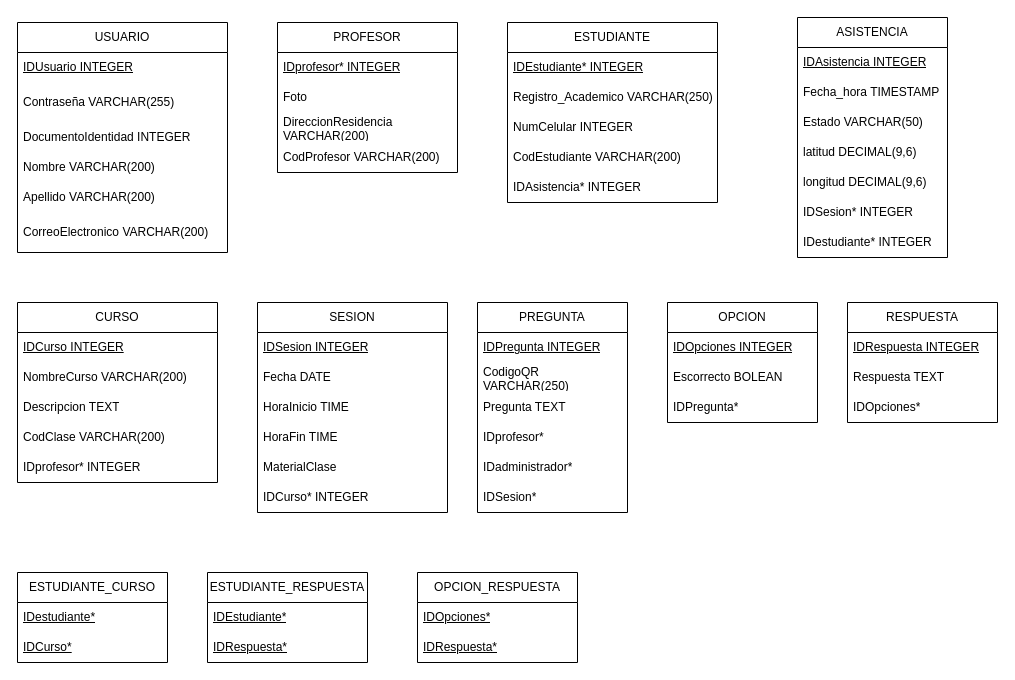
18luisc/Attenzio keeps this draw.io diagram as Attenzio Esquema Relacional_02.drawio. Above is the earlier version. Source tidied: cells renumbered, new cells numbered last; positions are measured from the earlier drawing's top-left corner, leaving out a move shared by most shapes. Both pictures are drawn from the tidied source at 100%, with x=0, y=0 at pixel (17, 17).
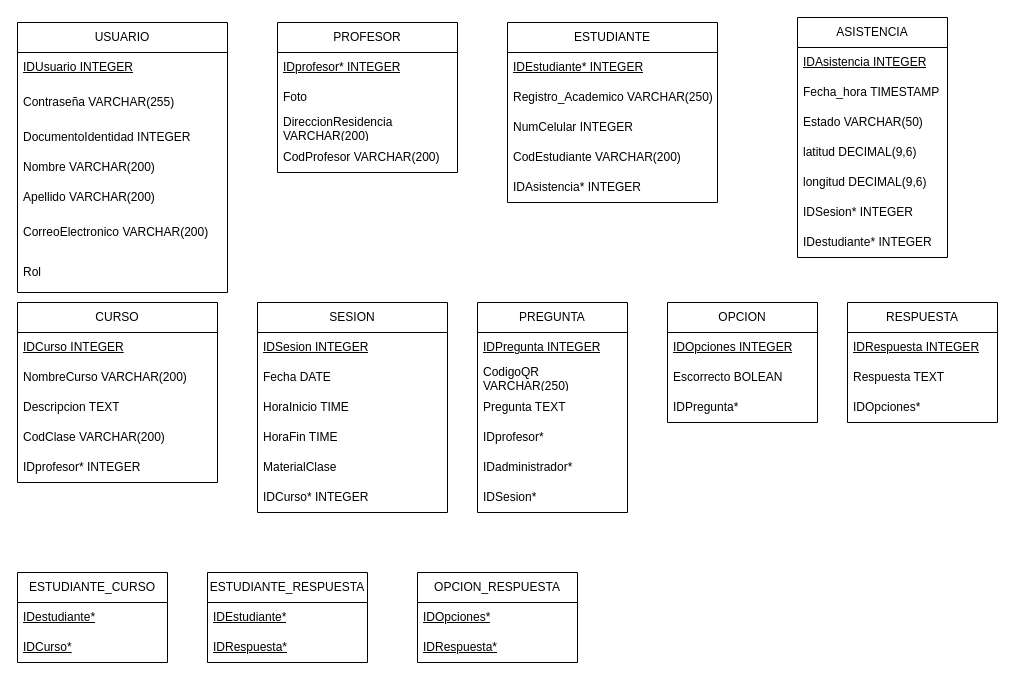
The same diagram, later.

Commit message:
Se agrega Atributo Rol

The edit, as a diff of the source:
```diff
@@
     <mxCell id="2" value="USUARIO" style="swimlane;fontStyle=0;horizontal=1;startSize=30;whiteSpace=wrap;html=1;" parent="1" vertex="1">
-      <mxGeometry y="5" width="210" height="230" as="geometry" />
+      <mxGeometry y="5" width="210" height="270" as="geometry" />
     </mxCell>
@@
+    <mxCell id="65" value="Rol" style="text;strokeColor=none;fillColor=none;align=left;verticalAlign=middle;spacingLeft=4;spacingRight=4;overflow=hidden;whiteSpace=wrap;html=1;" parent="2" vertex="1">
+      <mxGeometry y="230" width="210" height="40" as="geometry" />
+    </mxCell>
```
